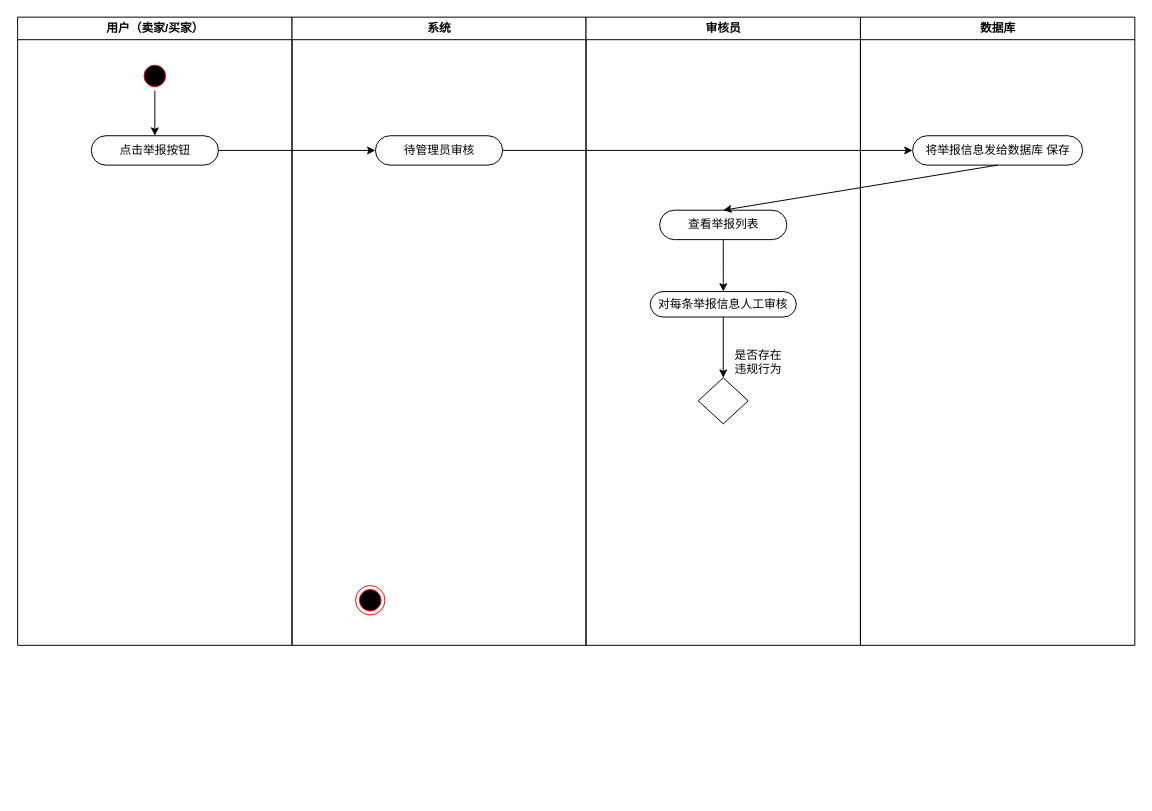
200928/image keeps this draw.io diagram as 违规举报活动图.drawio. Above is the earlier version. Source tidied: cells renumbered, new cells numbered last; positions are measured from the earlier drawing's top-left corner, leaving out a move shared by most shapes. Both pictures are drawn from the tidied source at 98%, with x=0, y=0 at pixel (17, 17).
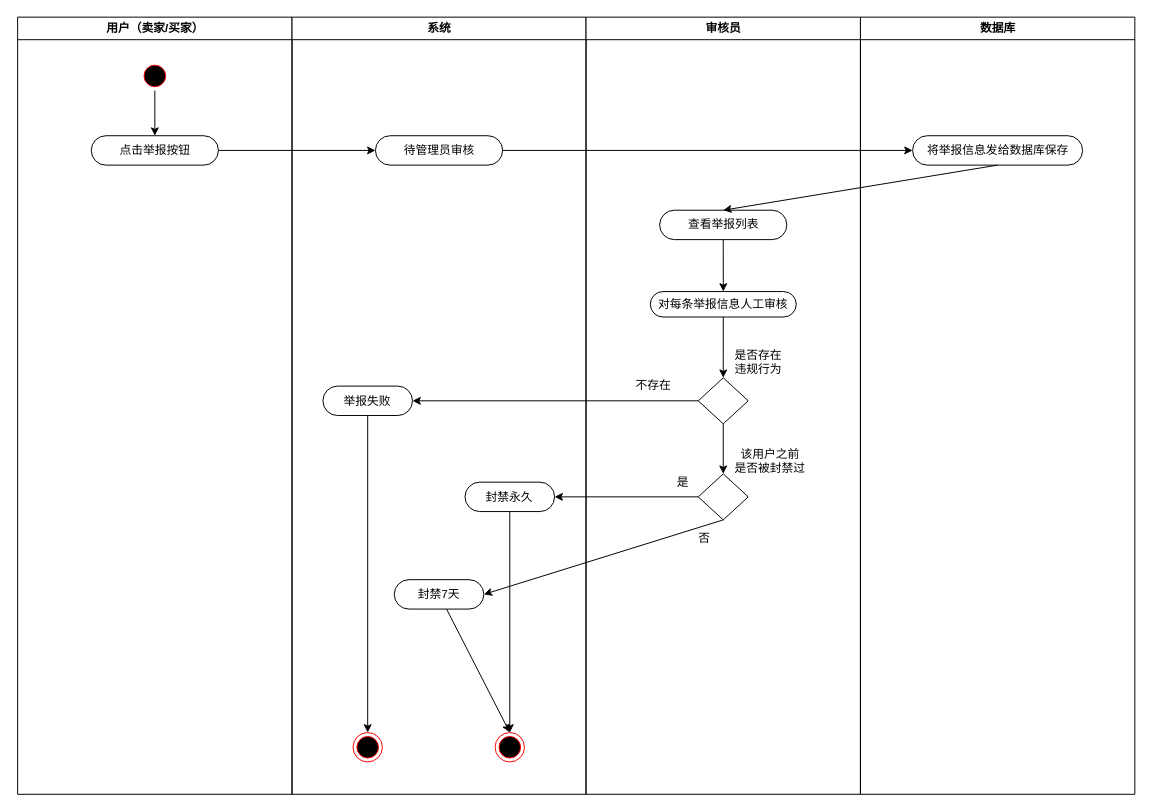
After the change.

Commit message (it also covers changes not shown here):
更新违规举报活动图.drawio

Unchanged cells that the change refers to:
```xml
<mxCell id="14" style="rhombus;whiteSpace=wrap;html=1;" parent="9" vertex="1">
  <mxGeometry x="114.5" y="368" width="51" height="47" as="geometry" />
</mxCell>
```

The edit, as a diff of the source:
```diff
@@
     <mxCell id="2" value="用户（卖家/买家）" style="swimlane;whiteSpace=wrap;" parent="1" vertex="1">
-      <mxGeometry x="0.5" width="280" height="641" as="geometry" />
+      <mxGeometry x="0.5" width="280" height="793" as="geometry" />
     </mxCell>
@@
     <mxCell id="6" value="系统" style="swimlane;whiteSpace=wrap;" parent="1" vertex="1">
-      <mxGeometry x="280.5" width="300" height="641" as="geometry" />
+      <mxGeometry x="280.5" width="300" height="793" as="geometry" />
     </mxCell>
     <mxCell id="7" style="ellipse;html=1;shape=endState;fillColor=#000000;strokeColor=#ff0000;" parent="6" vertex="1">
-      <mxGeometry x="64.8" y="580" width="30" height="30" as="geometry" />
+      <mxGeometry x="62.2" y="730" width="30" height="30" as="geometry" />
     </mxCell>
@@
+    <mxCell id="21" style="edgeStyle=none;rounded=0;jettySize=auto;html=1;entryX=0.5;entryY=0;entryDx=0;entryDy=0;" parent="6" edge="1" source="22" target="7">
+      <mxGeometry relative="1" as="geometry" />
+    </mxCell>
+    <mxCell id="22" value="举报失败" style="rounded=1;whiteSpace=wrap;html=1;arcSize=50;" parent="6" vertex="1">
+      <mxGeometry x="31.5" y="376.5" width="91.4" height="30" as="geometry" />
+    </mxCell>
+    <mxCell id="23" style="edgeStyle=none;rounded=0;jettySize=auto;html=1;entryX=0.5;entryY=0;entryDx=0;entryDy=0;" parent="6" edge="1" source="24" target="27">
+      <mxGeometry relative="1" as="geometry" />
+    </mxCell>
+    <mxCell id="24" value="封禁永久" style="rounded=1;whiteSpace=wrap;html=1;arcSize=50;" parent="6" vertex="1">
+      <mxGeometry x="176.5" y="474.5" width="91.4" height="30" as="geometry" />
+    </mxCell>
+    <mxCell id="25" style="edgeStyle=none;rounded=0;jettySize=auto;html=1;entryX=0.5;entryY=0;entryDx=0;entryDy=0;" parent="6" edge="1" source="26" target="27">
+      <mxGeometry relative="1" as="geometry" />
+    </mxCell>
+    <mxCell id="26" value="封禁7天" style="rounded=1;whiteSpace=wrap;html=1;arcSize=50;" parent="6" vertex="1">
+      <mxGeometry x="104.3" y="574" width="91.4" height="30" as="geometry" />
+    </mxCell>
+    <mxCell id="27" style="ellipse;html=1;shape=endState;fillColor=#000000;strokeColor=#ff0000;" parent="6" vertex="1">
+      <mxGeometry x="207.2" y="730" width="30" height="30" as="geometry" />
+    </mxCell>
     <mxCell id="9" value="审核员" style="swimlane;whiteSpace=wrap;" parent="1" vertex="1">
-      <mxGeometry x="580.5" width="280" height="641" as="geometry" />
+      <mxGeometry x="580.5" width="280" height="793" as="geometry" />
     </mxCell>
@@
+    <mxCell id="28" style="edgeStyle=none;rounded=0;jettySize=auto;html=1;entryX=0.5;entryY=0;entryDx=0;entryDy=0;" parent="9" edge="1" source="14" target="29">
+      <mxGeometry relative="1" as="geometry" />
+    </mxCell>
@@
+    <mxCell id="29" style="rhombus;whiteSpace=wrap;html=1;" parent="9" vertex="1">
+      <mxGeometry x="114.5" y="466" width="51" height="47" as="geometry" />
+    </mxCell>
+    <mxCell id="30" value="该用户之前&lt;br&gt;是否被封禁过" style="text;html=1;align=center;verticalAlign=middle;strokeColor=none;fillColor=none;" parent="9" vertex="1">
+      <mxGeometry x="146.9" y="437" width="82" height="32" as="geometry" />
+    </mxCell>
+    <mxCell id="31" value="是" style="text;html=1;align=center;verticalAlign=middle;strokeColor=none;fillColor=none;" parent="9" vertex="1">
+      <mxGeometry x="87.5" y="466" width="22" height="18" as="geometry" />
+    </mxCell>
     <mxCell id="16" value="数据库" style="swimlane;whiteSpace=wrap;" parent="1" vertex="1">
-      <mxGeometry x="860.5" width="280" height="641" as="geometry" />
+      <mxGeometry x="860.5" width="280" height="793" as="geometry" />
     </mxCell>
-    <mxCell id="17" value="将举报信息发给数据库 保存" style="rounded=1;whiteSpace=wrap;html=1;arcSize=50;" parent="16" vertex="1">
+    <mxCell id="17" value="将举报信息发给数据库保存" style="rounded=1;whiteSpace=wrap;html=1;arcSize=50;" parent="16" vertex="1">
       <mxGeometry x="53.2" y="121" width="173.5" height="30" as="geometry" />
     </mxCell>
@@
+    <mxCell id="32" style="edgeStyle=none;rounded=0;jettySize=auto;html=1;entryX=1;entryY=0.5;entryDx=0;entryDy=0;" parent="1" edge="1" source="14" target="22">
+      <mxGeometry relative="1" as="geometry" />
+    </mxCell>
+    <mxCell id="33" value="不存在" style="text;html=1;align=center;verticalAlign=middle;strokeColor=none;fillColor=none;" parent="1" vertex="1">
+      <mxGeometry x="626" y="367" width="46" height="18" as="geometry" />
+    </mxCell>
+    <mxCell id="34" style="edgeStyle=none;rounded=0;jettySize=auto;html=1;entryX=1;entryY=0.5;entryDx=0;entryDy=0;" parent="1" edge="1" source="29" target="24">
+      <mxGeometry relative="1" as="geometry" />
+    </mxCell>
+    <mxCell id="35" style="edgeStyle=none;rounded=0;jettySize=auto;html=1;exitX=0.5;exitY=1;exitDx=0;exitDy=0;entryX=1;entryY=0.5;entryDx=0;entryDy=0;" parent="1" edge="1" source="29" target="26">
+      <mxGeometry relative="1" as="geometry" />
+    </mxCell>
+    <mxCell id="36" value="否" style="text;html=1;align=center;verticalAlign=middle;strokeColor=none;fillColor=none;" parent="1" vertex="1">
+      <mxGeometry x="690" y="523" width="22" height="18" as="geometry" />
+    </mxCell>
```
